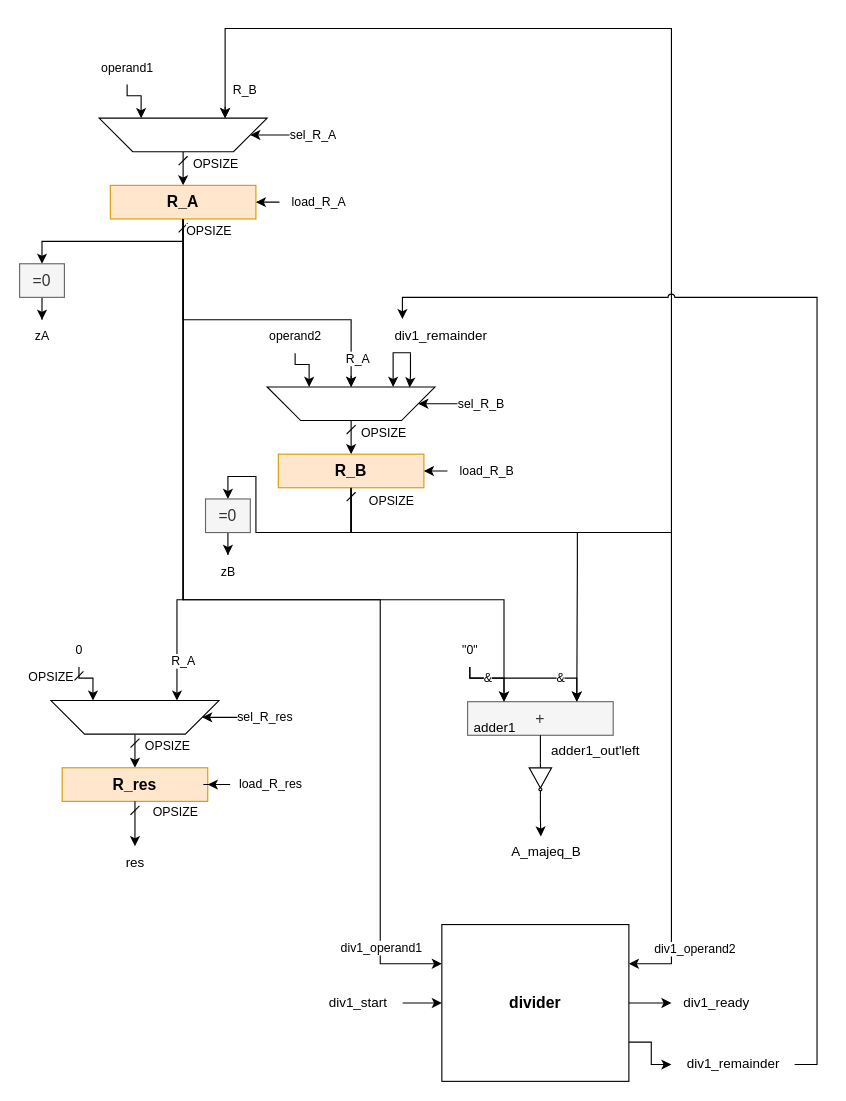
This is page "mcd_dp" (7 of 7) of ASMcharts/ASM.drawio from DavidTrevisan/calcolatori_elettronici_2025, a draw.io file, before an edit. Source tidied: cells renumbered, new cells numbered last; positions are measured from the earlier drawing's top-left corner, leaving out a move shared by most shapes. Both pictures are drawn from the tidied source at 112%, with x=0, y=0 at pixel (19, 28).
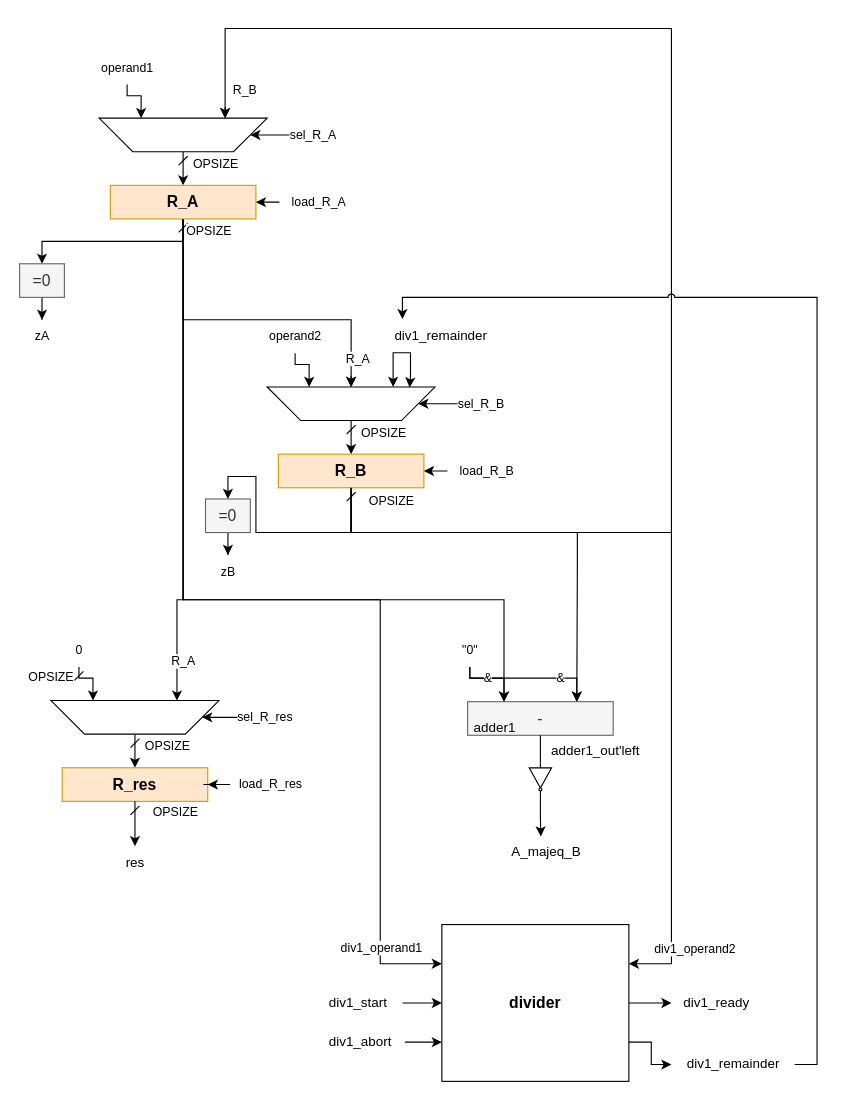
Above is the later version.

The change refers to these unchanged cells:
```xml
<mxCell id="57" style="group;" parent="1" vertex="1">
  <mxGeometry x="394" y="601" width="136" height="39" as="geometry" />
</mxCell>
<mxCell id="78" value="divider" style="rounded=0;whiteSpace=wrap;html=1;fontFamily=Helvetica;fontSize=14;labelBackgroundColor=none;fontStyle=1;" parent="1" vertex="1">
  <mxGeometry x="377" y="800" width="167" height="140" as="geometry" />
</mxCell>
```

Diff of the diagram source:
```diff
@@
-    <mxCell id="58" value="+" style="rounded=0;whiteSpace=wrap;html=1;fontFamily=Helvetica;fontSize=14;labelBackgroundColor=none;fillColor=#f5f5f5;strokeColor=#666666;fontStyle=0;fontColor=#333333;" parent="57" vertex="1">
+    <mxCell id="58" value="-" style="rounded=0;whiteSpace=wrap;html=1;fontFamily=Helvetica;fontSize=14;labelBackgroundColor=none;fillColor=#f5f5f5;strokeColor=#666666;fontStyle=0;fontColor=#333333;" parent="57" vertex="1">
       <mxGeometry x="6" width="130" height="30" as="geometry" />
     </mxCell>
@@
+    <mxCell id="84" style="edgeStyle=orthogonalEdgeStyle;rounded=0;jettySize=auto;html=1;entryX=0;entryY=0.75;entryDx=0;entryDy=0;" parent="1" edge="1" source="85" target="78">
+      <mxGeometry relative="1" as="geometry" />
+    </mxCell>
+    <mxCell id="85" value="div1_abort" style="text;html=1;align=center;verticalAlign=middle;points=[];strokeColor=none;fillColor=none;" parent="1" vertex="1">
+      <mxGeometry x="264" y="890" width="80" height="30" as="geometry" />
+    </mxCell>
```
